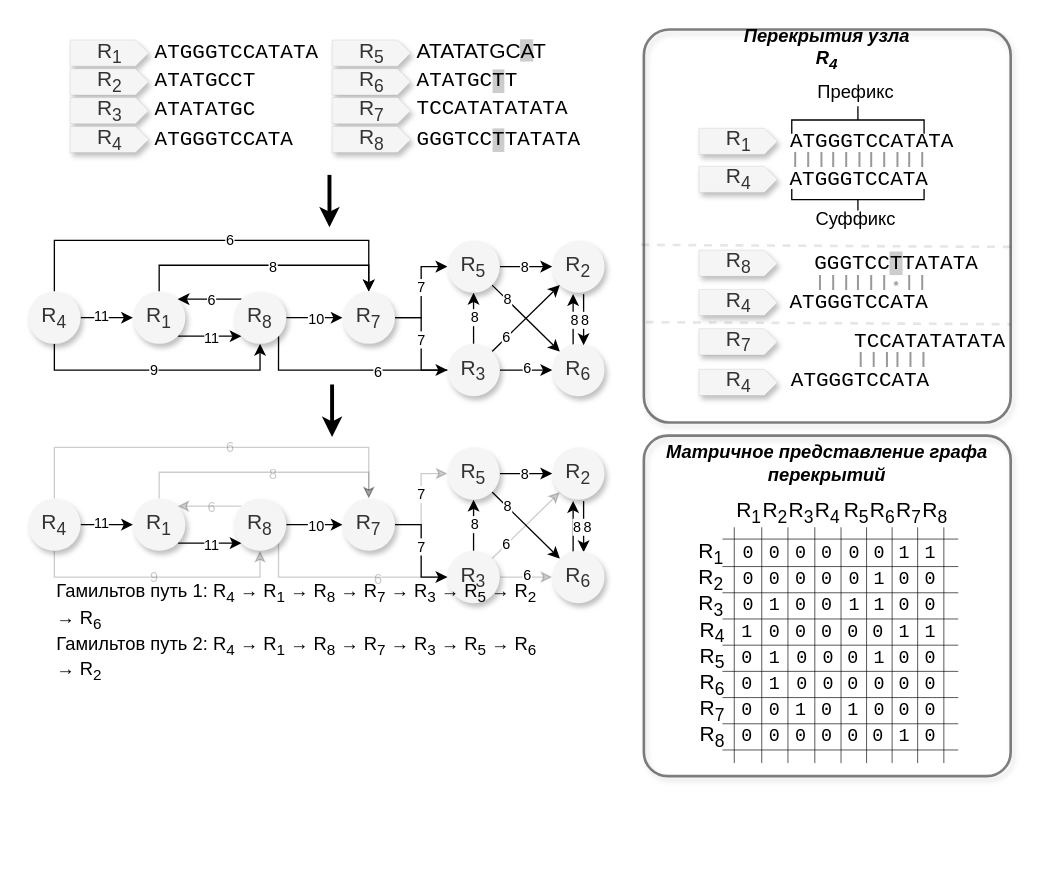
This is OLC.drawio from NikolaiL-dev/pictures.drawio, a draw.io file, before an edit. Source tidied: cells renumbered, new cells numbered last; positions are measured from the earlier drawing's top-left corner, leaving out a move shared by most shapes. Both pictures are drawn from the tidied source at 131%, with x=0, y=0 at pixel (28, 29).
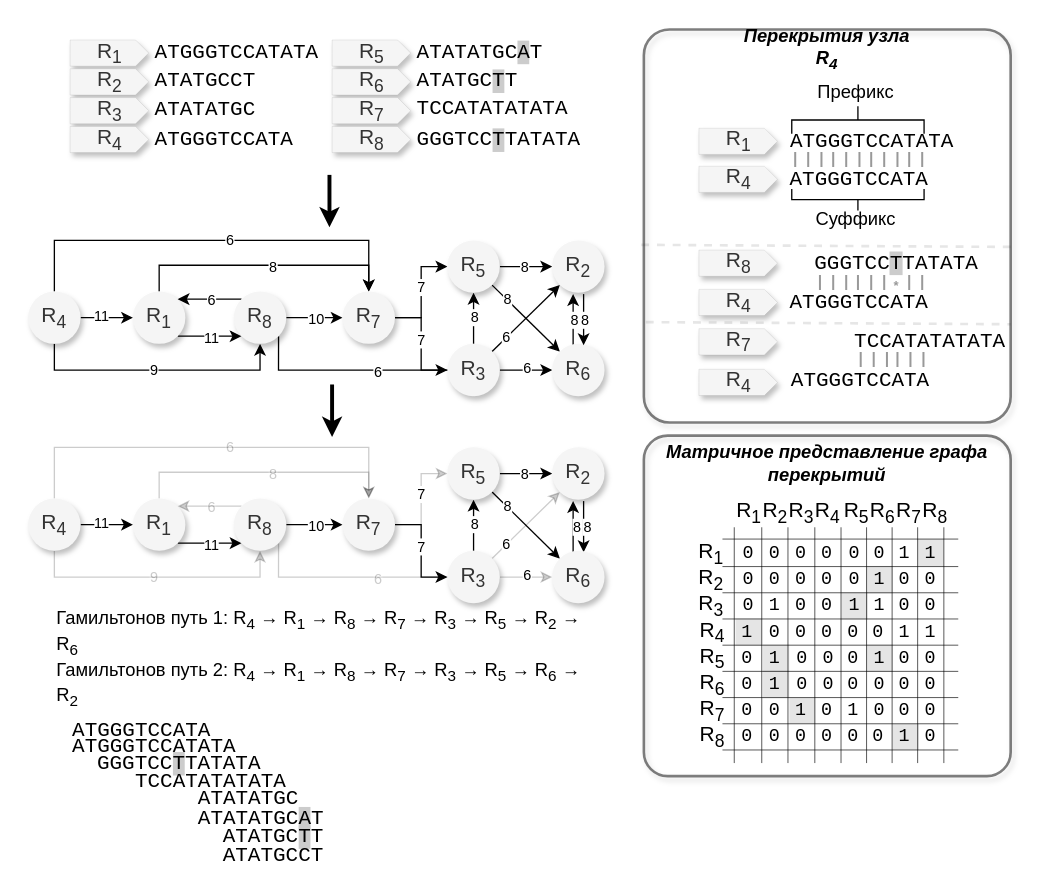
After the change.

Change to the diagram source:
```diff
@@
-    <mxCell id="57" value="ATATATGC&lt;span style=&quot;background-color: rgb(204, 204, 204);&quot;&gt;A&lt;/span&gt;T" style="text;whiteSpace=wrap;fontSize=16;html=1;" parent="1" vertex="1">
+    <mxCell id="57" value="&lt;font face=&quot;Courier New&quot;&gt;ATATATGC&lt;span style=&quot;background-color: rgb(204, 204, 204);&quot;&gt;A&lt;/span&gt;T&lt;/font&gt;" style="text;whiteSpace=wrap;fontSize=16;html=1;" parent="1" vertex="1">
       <mxGeometry x="295" width="100" height="29" as="geometry" />
     </mxCell>
@@
-    <mxCell id="153" value="&lt;div style=&quot;font-size: 14px;&quot;&gt;&lt;font style=&quot;font-size: 14px;&quot;&gt;Гамильтов путь 1: R&lt;sub&gt;4&lt;/sub&gt; &lt;/font&gt;→ R&lt;sub&gt;1&lt;/sub&gt; → R&lt;sub&gt;8&lt;/sub&gt; → R&lt;sub&gt;7&lt;/sub&gt; → R&lt;sub&gt;3&lt;/sub&gt; → R&lt;sub&gt;5&lt;/sub&gt; → R&lt;sub&gt;2&lt;/sub&gt; → R&lt;sub&gt;6&lt;/sub&gt;&lt;br&gt;&lt;/div&gt;&lt;div style=&quot;font-size: 14px;&quot;&gt;&lt;font style=&quot;font-size: 14px;&quot;&gt;Гамильтов путь 2: &lt;/font&gt;&lt;font style=&quot;font-size: 14px;&quot;&gt;R&lt;sub&gt;4&lt;/sub&gt; &lt;/font&gt;→ R&lt;sub&gt;1&lt;/sub&gt; → R&lt;sub&gt;8&lt;/sub&gt; → R&lt;sub&gt;7&lt;/sub&gt; → R&lt;sub&gt;3&lt;/sub&gt; → R&lt;sub&gt;5&lt;/sub&gt; → R&lt;sub&gt;6&lt;/sub&gt; → R&lt;sub&gt;2&lt;/sub&gt;&lt;/div&gt;" style="text;html=1;align=left;verticalAlign=middle;whiteSpace=wrap;rounded=0;" parent="1" vertex="1">
-      <mxGeometry x="19.5" y="440" width="380.5" height="40" as="geometry" />
+    <mxCell id="153" value="&lt;div style=&quot;font-size: 14px;&quot;&gt;&lt;font style=&quot;font-size: 14px;&quot;&gt;Гамильтонов путь 1: R&lt;sub&gt;4&lt;/sub&gt; &lt;/font&gt;→ R&lt;sub&gt;1&lt;/sub&gt; → R&lt;sub&gt;8&lt;/sub&gt; → R&lt;sub&gt;7&lt;/sub&gt; → R&lt;sub&gt;3&lt;/sub&gt; → R&lt;sub&gt;5&lt;/sub&gt; → R&lt;sub&gt;2&lt;/sub&gt; → R&lt;sub&gt;6&lt;/sub&gt;&lt;br&gt;&lt;/div&gt;&lt;div style=&quot;font-size: 14px;&quot;&gt;&lt;font style=&quot;font-size: 14px;&quot;&gt;Гамильтонов путь 2: &lt;/font&gt;&lt;font style=&quot;font-size: 14px;&quot;&gt;R&lt;sub&gt;4&lt;/sub&gt; &lt;/font&gt;→ R&lt;sub&gt;1&lt;/sub&gt; → R&lt;sub&gt;8&lt;/sub&gt; → R&lt;sub&gt;7&lt;/sub&gt; → R&lt;sub&gt;3&lt;/sub&gt; → R&lt;sub&gt;5&lt;/sub&gt; → R&lt;sub&gt;6&lt;/sub&gt; → R&lt;sub&gt;2&lt;/sub&gt;&lt;/div&gt;" style="text;html=1;align=left;verticalAlign=middle;whiteSpace=wrap;rounded=0;" parent="1" vertex="1">
+      <mxGeometry x="19.5" y="460" width="410.5" height="40" as="geometry" />
     </mxCell>
@@
+    <mxCell id="254" style="rounded=0;whiteSpace=wrap;html=1;strokeColor=none;fillColor=#000000;opacity=10;" parent="1" vertex="1">
+      <mxGeometry x="679" y="389" width="20" height="21" as="geometry" />
+    </mxCell>
+    <mxCell id="255" style="rounded=0;whiteSpace=wrap;html=1;strokeColor=none;fillColor=#000000;opacity=10;" parent="1" vertex="1">
+      <mxGeometry x="640" y="409.5" width="20" height="21" as="geometry" />
+    </mxCell>
+    <mxCell id="256" style="rounded=0;whiteSpace=wrap;html=1;strokeColor=none;fillColor=#000000;opacity=10;" parent="1" vertex="1">
+      <mxGeometry x="621" y="429.5" width="20" height="21" as="geometry" />
+    </mxCell>
+    <mxCell id="257" style="rounded=0;whiteSpace=wrap;html=1;strokeColor=none;fillColor=#000000;opacity=10;" parent="1" vertex="1">
+      <mxGeometry x="540" y="449.5" width="20" height="21" as="geometry" />
+    </mxCell>
+    <mxCell id="258" style="rounded=0;whiteSpace=wrap;html=1;strokeColor=none;fillColor=#000000;opacity=10;" parent="1" vertex="1">
+      <mxGeometry x="561" y="469.5" width="20" height="21" as="geometry" />
+    </mxCell>
+    <mxCell id="259" style="rounded=0;whiteSpace=wrap;html=1;strokeColor=none;fillColor=#000000;opacity=10;" parent="1" vertex="1">
+      <mxGeometry x="640" y="469.5" width="20" height="21" as="geometry" />
+    </mxCell>
+    <mxCell id="260" style="rounded=0;whiteSpace=wrap;html=1;strokeColor=none;fillColor=#000000;opacity=10;" parent="1" vertex="1">
+      <mxGeometry x="561" y="489.5" width="20" height="21" as="geometry" />
+    </mxCell>
+    <mxCell id="261" style="rounded=0;whiteSpace=wrap;html=1;strokeColor=none;fillColor=#000000;opacity=10;" parent="1" vertex="1">
+      <mxGeometry x="581" y="510" width="20" height="20" as="geometry" />
+    </mxCell>
+    <mxCell id="262" style="rounded=0;whiteSpace=wrap;html=1;strokeColor=none;fillColor=#000000;opacity=10;" parent="1" vertex="1">
+      <mxGeometry x="660" y="530" width="20" height="20" as="geometry" />
+    </mxCell>
+    <mxCell id="263" value="ATGGGTCCATA" style="text;whiteSpace=wrap;fontFamily=Courier New;fontSize=16;" parent="1" vertex="1">
+      <mxGeometry x="32" y="520" width="110" height="30" as="geometry" />
+    </mxCell>
+    <mxCell id="264" value="&lt;font style=&quot;font-size: 16px;&quot; face=&quot;Courier New&quot;&gt;ATGGGTCCATATA&lt;/font&gt;&lt;font style=&quot;font-size: 16px;&quot; face=&quot;WW2qCex9ZGnOM6EULOnp&quot;&gt; &lt;/font&gt;" style="text;whiteSpace=wrap;html=1;" parent="1" vertex="1">
+      <mxGeometry x="32" y="530" width="137" height="29" as="geometry" />
+    </mxCell>
+    <mxCell id="265" value="GGGTCC&lt;span style=&quot;background-color: rgb(204, 204, 204);&quot;&gt;T&lt;/span&gt;TATATA" style="text;whiteSpace=wrap;fontSize=16;fontFamily=Courier New;html=1;" parent="1" vertex="1">
+      <mxGeometry x="51" y="545" width="130" height="40" as="geometry" />
+    </mxCell>
+    <mxCell id="266" value="TCCATATATATA" style="text;whiteSpace=wrap;fontFamily=Courier New;fontSize=16;" parent="1" vertex="1">
+      <mxGeometry x="80" y="559" width="110" height="33.5" as="geometry" />
+    </mxCell>
+    <mxCell id="267" value="&lt;font style=&quot;font-size: 16px;&quot; face=&quot;Courier New&quot;&gt;ATATATGC&lt;/font&gt;" style="text;whiteSpace=wrap;html=1;" parent="1" vertex="1">
+      <mxGeometry x="127.5" y="572" width="87" height="33" as="geometry" />
+    </mxCell>
+    <mxCell id="268" value="&lt;font face=&quot;Courier New&quot;&gt;ATATATGC&lt;span style=&quot;background-color: rgb(204, 204, 204);&quot;&gt;A&lt;/span&gt;T&lt;/font&gt;" style="text;whiteSpace=wrap;fontSize=16;html=1;" parent="1" vertex="1">
+      <mxGeometry x="127.5" y="585" width="100" height="29" as="geometry" />
+    </mxCell>
+    <mxCell id="269" value="&lt;font style=&quot;font-size: 16px;&quot; face=&quot;Courier New&quot;&gt;ATATGC&lt;span style=&quot;background-color: rgb(204, 204, 204);&quot;&gt;T&lt;/span&gt;T&lt;/font&gt;" style="text;whiteSpace=wrap;html=1;" parent="1" vertex="1">
+      <mxGeometry x="147" y="601" width="90" height="25" as="geometry" />
+    </mxCell>
+    <mxCell id="270" value="&lt;font style=&quot;font-size: 16px;&quot; face=&quot;Courier New&quot;&gt;ATATGCCT&lt;/font&gt;" style="text;whiteSpace=wrap;html=1;" parent="1" vertex="1">
+      <mxGeometry x="147" y="615" width="87" height="25" as="geometry" />
+    </mxCell>
```
